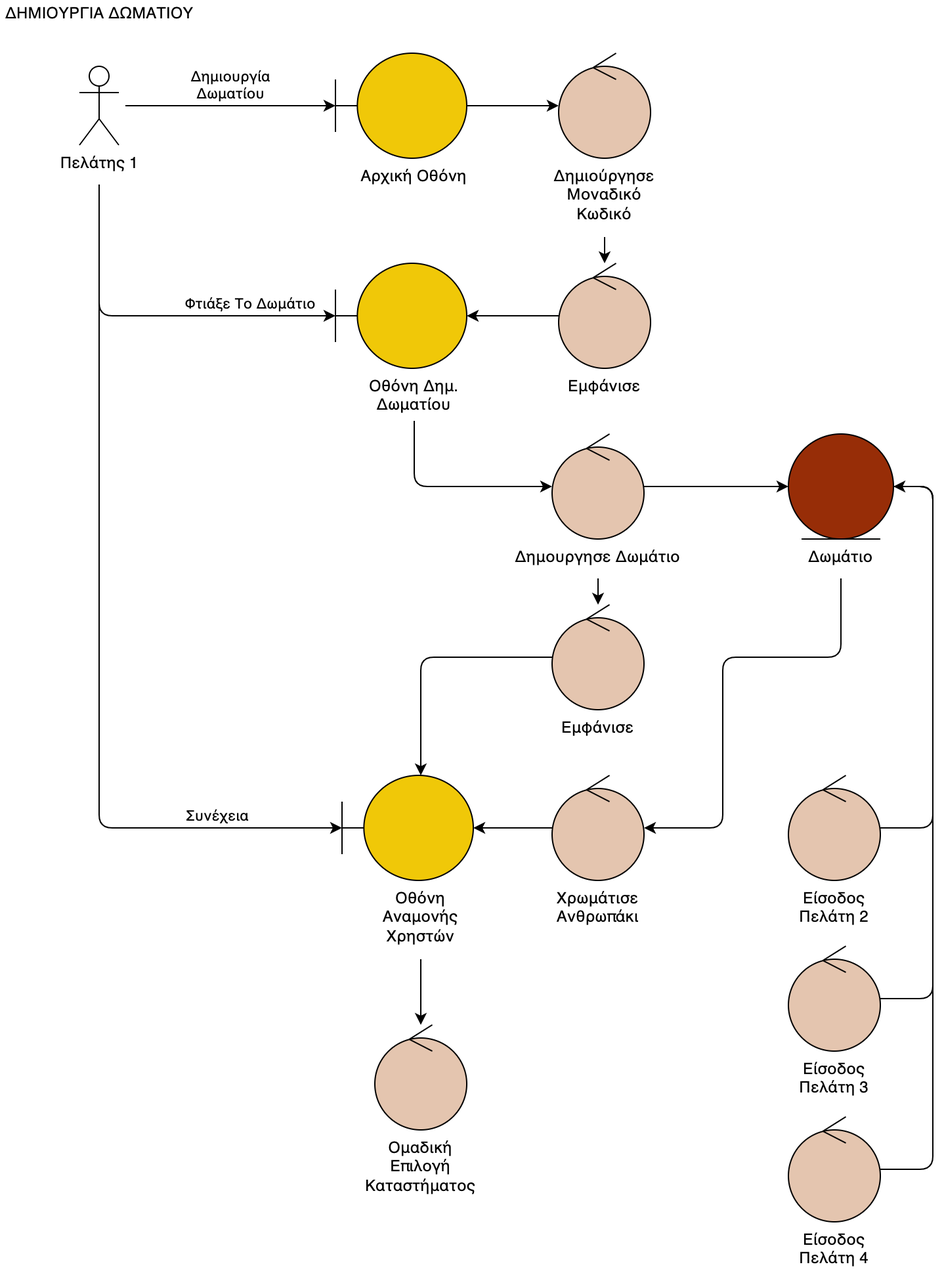
Earlier version of the draw.io export docs/contributions/itsikelis/Phase 4/Robustness Diagrams v0.2/customer-create-room.drawio.png (iloudaros/nomnomr). Source tidied: cells renumbered, new cells last; positions are measured from the earlier drawing's top-left corner, leaving out a move shared by most shapes.
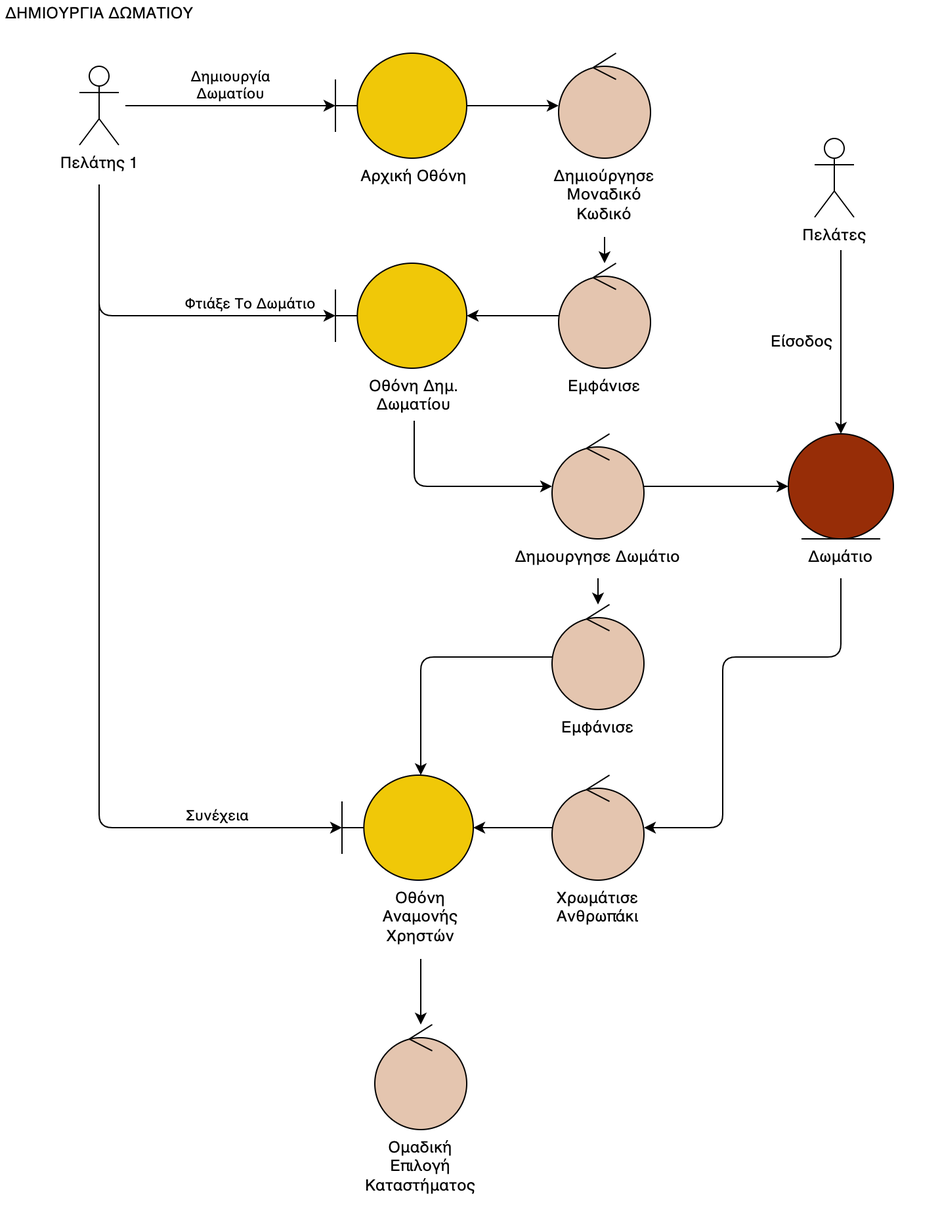
Later version of the same file.

Change to the diagram source:
```diff
@@ -66,41 +66,6 @@
     <mxCell id="17" style="ellipse;shape=umlControl;whiteSpace=wrap;html=1;fillColor=#E4C5AF;" parent="1" vertex="1">
       <mxGeometry x="420" y="460" width="70" height="80" as="geometry" />
     </mxCell>
-    <mxCell id="18" style="edgeStyle=orthogonalEdgeStyle;rounded=1;jettySize=auto;html=1;entryX=0.5;entryY=1;entryDx=0;entryDy=0;" parent="1" edge="1" source="19" target="43">
-      <mxGeometry relative="1" as="geometry">
-        <Array as="points">
-          <mxPoint x="710" y="630" />
-          <mxPoint x="710" y="370" />
-          <mxPoint x="640" y="370" />
-        </Array>
-      </mxGeometry>
-    </mxCell>
-    <mxCell id="19" style="ellipse;shape=umlControl;whiteSpace=wrap;html=1;fillColor=#E4C5AF;" parent="1" vertex="1">
-      <mxGeometry x="600" y="590" width="70" height="80" as="geometry" />
-    </mxCell>
-    <mxCell id="20" style="edgeStyle=orthogonalEdgeStyle;rounded=1;jettySize=auto;html=1;" parent="1" edge="1" source="21" target="43">
-      <mxGeometry relative="1" as="geometry">
-        <Array as="points">
-          <mxPoint x="710" y="760" />
-          <mxPoint x="710" y="370" />
-        </Array>
-      </mxGeometry>
-    </mxCell>
-    <mxCell id="21" style="ellipse;shape=umlControl;whiteSpace=wrap;html=1;fillColor=#E4C5AF;" parent="1" vertex="1">
-      <mxGeometry x="600" y="720" width="70" height="80" as="geometry" />
-    </mxCell>
-    <mxCell id="22" style="edgeStyle=orthogonalEdgeStyle;rounded=1;jettySize=auto;html=1;entryX=0.5;entryY=1;entryDx=0;entryDy=0;" parent="1" edge="1" source="23" target="43">
-      <mxGeometry relative="1" as="geometry">
-        <Array as="points">
-          <mxPoint x="710" y="890" />
-          <mxPoint x="710" y="370" />
-          <mxPoint x="640" y="370" />
-        </Array>
-      </mxGeometry>
-    </mxCell>
-    <mxCell id="23" style="ellipse;shape=umlControl;whiteSpace=wrap;html=1;fillColor=#E4C5AF;" parent="1" vertex="1">
-      <mxGeometry x="600" y="850" width="70" height="80" as="geometry" />
-    </mxCell>
     <mxCell id="24" style="edgeStyle=orthogonalEdgeStyle;rounded=0;jettySize=auto;html=1;" parent="1" edge="1" source="25" target="15">
       <mxGeometry relative="1" as="geometry" />
     </mxCell>
@@ -145,15 +110,6 @@
     <mxCell id="36" value="&lt;meta charset=&quot;utf-8&quot;&gt;&lt;span style=&quot;color: rgb(0, 0, 0); font-family: helvetica; font-size: 12px; font-style: normal; font-weight: 400; letter-spacing: normal; text-indent: 0px; text-transform: none; word-spacing: 0px; display: inline; float: none;&quot;&gt;Χρωμάτισε&lt;/span&gt;&lt;br style=&quot;color: rgb(0, 0, 0); font-family: helvetica; font-size: 12px; font-style: normal; font-weight: 400; letter-spacing: normal; text-indent: 0px; text-transform: none; word-spacing: 0px;&quot;&gt;&lt;span style=&quot;color: rgb(0, 0, 0); font-family: helvetica; font-size: 12px; font-style: normal; font-weight: 400; letter-spacing: normal; text-indent: 0px; text-transform: none; word-spacing: 0px; display: inline; float: none;&quot;&gt;Ανθρωπάκι&lt;/span&gt;" style="text;whiteSpace=wrap;html=1;align=center;labelBackgroundColor=none;" parent="1" vertex="1">
       <mxGeometry x="410" y="670" width="90" height="40" as="geometry" />
     </mxCell>
-    <mxCell id="37" value="&lt;span style=&quot;color: rgb(0 , 0 , 0) ; font-family: &amp;#34;helvetica&amp;#34; ; font-size: 12px ; font-style: normal ; font-weight: 400 ; letter-spacing: normal ; text-indent: 0px ; text-transform: none ; word-spacing: 0px ; display: inline ; float: none&quot;&gt;Είσοδος&lt;/span&gt;&lt;br style=&quot;color: rgb(0 , 0 , 0) ; font-family: &amp;#34;helvetica&amp;#34; ; font-size: 12px ; font-style: normal ; font-weight: 400 ; letter-spacing: normal ; text-indent: 0px ; text-transform: none ; word-spacing: 0px&quot;&gt;&lt;span style=&quot;color: rgb(0 , 0 , 0) ; font-family: &amp;#34;helvetica&amp;#34; ; font-size: 12px ; font-style: normal ; font-weight: 400 ; letter-spacing: normal ; text-indent: 0px ; text-transform: none ; word-spacing: 0px ; display: inline ; float: none&quot;&gt;Πελάτη 2&lt;/span&gt;" style="text;whiteSpace=wrap;html=1;align=center;labelBackgroundColor=none;" parent="1" vertex="1">
-      <mxGeometry x="595" y="670" width="80" height="40" as="geometry" />
-    </mxCell>
-    <mxCell id="38" value="&lt;span style=&quot;color: rgb(0 , 0 , 0) ; font-family: &amp;#34;helvetica&amp;#34; ; font-size: 12px ; font-style: normal ; font-weight: 400 ; letter-spacing: normal ; text-indent: 0px ; text-transform: none ; word-spacing: 0px ; display: inline ; float: none&quot;&gt;Είσοδος&lt;/span&gt;&lt;br style=&quot;color: rgb(0 , 0 , 0) ; font-family: &amp;#34;helvetica&amp;#34; ; font-size: 12px ; font-style: normal ; font-weight: 400 ; letter-spacing: normal ; text-indent: 0px ; text-transform: none ; word-spacing: 0px&quot;&gt;&lt;span style=&quot;color: rgb(0 , 0 , 0) ; font-family: &amp;#34;helvetica&amp;#34; ; font-size: 12px ; font-style: normal ; font-weight: 400 ; letter-spacing: normal ; text-indent: 0px ; text-transform: none ; word-spacing: 0px ; display: inline ; float: none&quot;&gt;Πελάτη 3&lt;/span&gt;" style="text;whiteSpace=wrap;html=1;align=center;labelBackgroundColor=none;" parent="1" vertex="1">
-      <mxGeometry x="595" y="800" width="80" height="40" as="geometry" />
-    </mxCell>
-    <mxCell id="39" value="&lt;span style=&quot;color: rgb(0 , 0 , 0) ; font-family: &amp;#34;helvetica&amp;#34; ; font-size: 12px ; font-style: normal ; font-weight: 400 ; letter-spacing: normal ; text-indent: 0px ; text-transform: none ; word-spacing: 0px ; display: inline ; float: none&quot;&gt;Είσοδος&lt;/span&gt;&lt;br style=&quot;color: rgb(0 , 0 , 0) ; font-family: &amp;#34;helvetica&amp;#34; ; font-size: 12px ; font-style: normal ; font-weight: 400 ; letter-spacing: normal ; text-indent: 0px ; text-transform: none ; word-spacing: 0px&quot;&gt;&lt;span style=&quot;color: rgb(0 , 0 , 0) ; font-family: &amp;#34;helvetica&amp;#34; ; font-size: 12px ; font-style: normal ; font-weight: 400 ; letter-spacing: normal ; text-indent: 0px ; text-transform: none ; word-spacing: 0px ; display: inline ; float: none&quot;&gt;Πελάτη 4&lt;br&gt;&lt;/span&gt;" style="text;whiteSpace=wrap;html=1;align=center;labelBackgroundColor=none;" parent="1" vertex="1">
-      <mxGeometry x="595" y="930" width="80" height="40" as="geometry" />
-    </mxCell>
     <mxCell id="40" style="edgeStyle=orthogonalEdgeStyle;rounded=1;jettySize=auto;html=1;" parent="1" edge="1" source="35" target="41">
       <mxGeometry relative="1" as="geometry">
         <Array as="points">
@@ -183,5 +139,20 @@
     <mxCell id="45" value="&lt;span style=&quot;color: rgb(0, 0, 0); font-family: helvetica; font-size: 12px; font-style: normal; font-weight: 400; letter-spacing: normal; text-indent: 0px; text-transform: none; word-spacing: 0px; display: inline; float: none;&quot;&gt;Δωμάτιο&lt;/span&gt;" style="text;whiteSpace=wrap;html=1;align=center;labelBackgroundColor=none;" parent="1" vertex="1">
       <mxGeometry x="565" y="410" width="150" height="30" as="geometry" />
     </mxCell>
+    <mxCell id="46" style="edgeStyle=elbowEdgeStyle;jettySize=auto;html=1;entryX=0.5;entryY=0;entryDx=0;entryDy=0;elbow=vertical;rounded=1;" parent="1" edge="1" target="43">
+      <mxGeometry relative="1" as="geometry">
+        <mxPoint x="640" y="190" as="sourcePoint" />
+        <Array as="points">
+          <mxPoint x="640" y="200" />
+          <mxPoint x="640" y="220" />
+        </Array>
+      </mxGeometry>
+    </mxCell>
+    <mxCell id="47" value="Πελάτες" style="shape=umlActor;verticalLabelPosition=bottom;verticalAlign=top;html=1;" parent="1" vertex="1">
+      <mxGeometry x="620" y="105" width="30" height="60" as="geometry" />
+    </mxCell>
+    <mxCell id="48" value="Είσοδος" style="text;html=1;align=center;verticalAlign=middle;strokeColor=none;fillColor=none;" parent="1" vertex="1">
+      <mxGeometry x="580" y="250" width="60" height="20" as="geometry" />
+    </mxCell>
   </root>
 </mxGraphModel>
```
